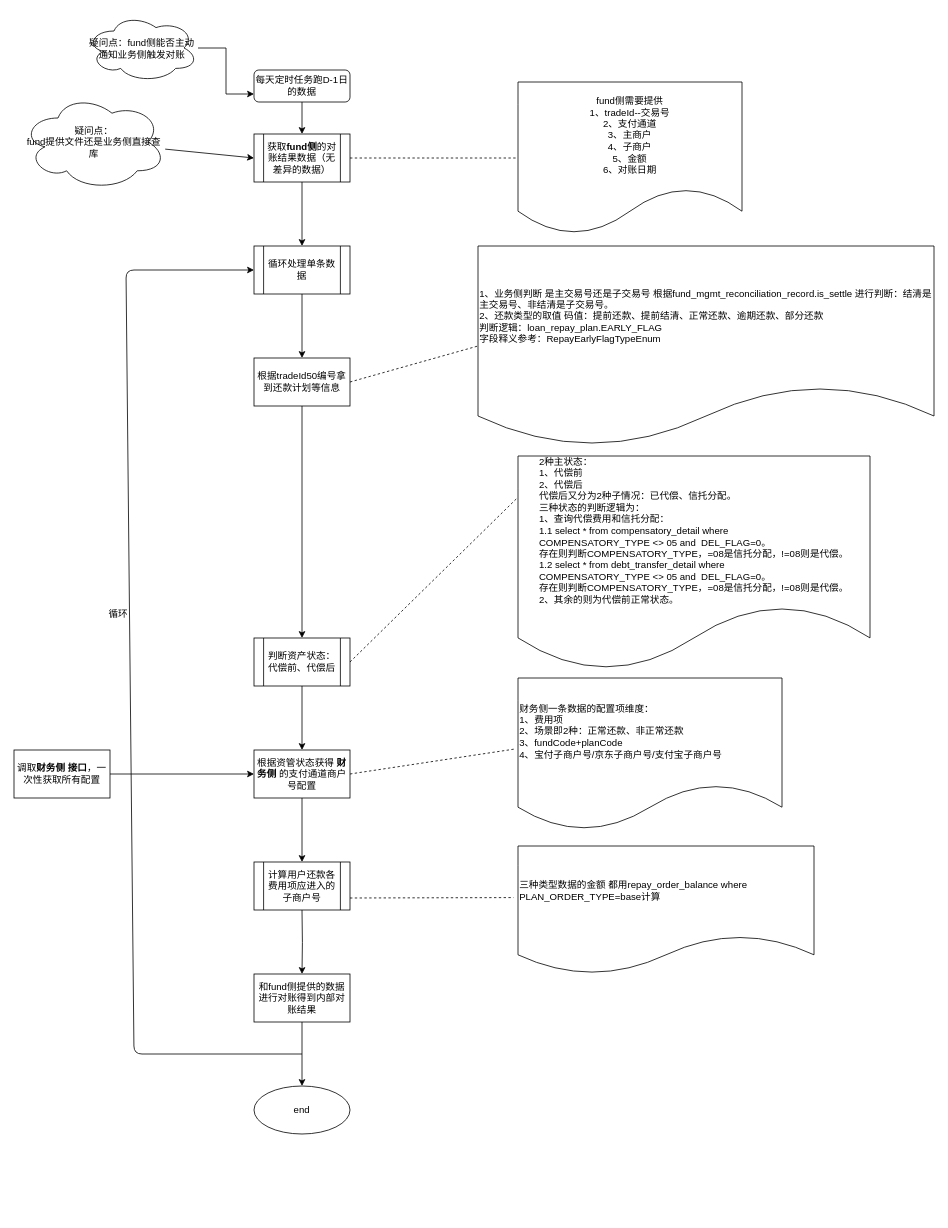
guoZD/draw keeps this draw.io diagram as Untitled Diagram.drawio. Above is the earlier version. Source tidied: cells renumbered, new cells numbered last; positions are measured from the earlier drawing's top-left corner, leaving out a move shared by most shapes. Both pictures are drawn from the tidied source at 80%, with x=0, y=0 at pixel (14, 14).
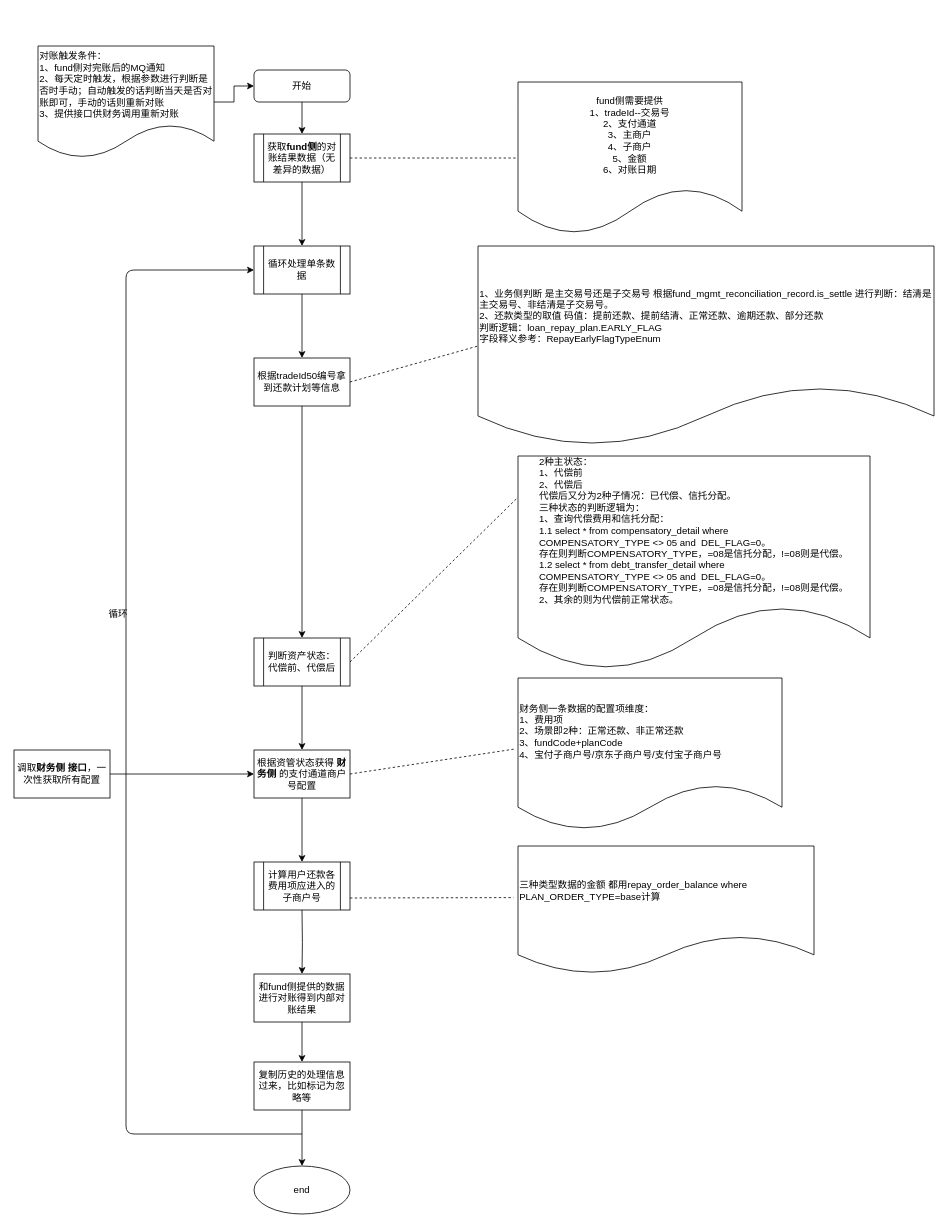
Above is the later version.

Unchanged cells that the change refers to:
```xml
<mxCell id="7" value="循环处理单条数据" style="shape=process;whiteSpace=wrap;html=1;backgroundOutline=1;" parent="1" vertex="1">
  <mxGeometry x="300" y="290" width="120" height="60" as="geometry" />
</mxCell>
<mxCell id="22" value="和fund侧提供的数据进行对账得到内部对账结果" style="whiteSpace=wrap;html=1;" parent="1" vertex="1">
  <mxGeometry x="300" y="1200" width="120" height="60" as="geometry" />
</mxCell>
```

Change to the diagram source:
```diff
@@
-    <mxCell id="3" value="每天定时任务跑D-1日的数据" style="rounded=1;whiteSpace=wrap;html=1;fontSize=12;glass=0;strokeWidth=1;shadow=0;" parent="1" vertex="1">
+    <mxCell id="3" value="开始" style="rounded=1;whiteSpace=wrap;html=1;fontSize=12;glass=0;strokeWidth=1;shadow=0;" parent="1" vertex="1">
       <mxGeometry x="300" y="70" width="120" height="40" as="geometry" />
     </mxCell>
@@
-    <mxCell id="21" style="edgeStyle=orthogonalEdgeStyle;rounded=0;jettySize=auto;html=1;" parent="1" edge="1" source="22" target="23">
-      <mxGeometry relative="1" as="geometry" />
-    </mxCell>
+    <mxCell id="37" style="edgeStyle=orthogonalEdgeStyle;rounded=0;jettySize=auto;html=1;exitX=0.5;exitY=1;exitDx=0;exitDy=0;entryX=0.5;entryY=0;entryDx=0;entryDy=0;" parent="1" edge="1" source="22" target="41">
+      <mxGeometry relative="1" as="geometry" />
+    </mxCell>
@@
     <mxCell id="23" value="end" style="ellipse;whiteSpace=wrap;html=1;" parent="1" vertex="1">
-      <mxGeometry x="300" y="1340" width="120" height="60" as="geometry" />
+      <mxGeometry x="300" y="1440" width="120" height="60" as="geometry" />
     </mxCell>
     <mxCell id="24" style="endArrow=classic;html=1;entryX=0;entryY=0.5;entryDx=0;entryDy=0;" parent="1" edge="1" target="7">
       <mxGeometry relative="1" as="geometry">
-        <mxPoint x="360" y="1300" as="sourcePoint" />
+        <mxPoint x="360" y="1400" as="sourcePoint" />
         <Array as="points">
-          <mxPoint x="150" y="1300" />
+          <mxPoint x="140" y="1400" />
           <mxPoint x="140" y="320" />
         </Array>
       </mxGeometry>
     </mxCell>
@@
-    <mxCell id="31" value="疑问点：&lt;br&gt;fund提供文件还是业务侧直接查库" style="ellipse;shape=cloud;whiteSpace=wrap;html=1;" parent="1" vertex="1">
-      <mxGeometry x="10" y="100" width="180" height="120" as="geometry" />
-    </mxCell>
-    <mxCell id="32" style="endArrow=classic;html=1;" parent="1" edge="1" source="31">
-      <mxGeometry relative="1" as="geometry">
-        <mxPoint x="300" y="180" as="targetPoint" />
-      </mxGeometry>
-    </mxCell>
@@
-    <mxCell id="35" style="edgeStyle=orthogonalEdgeStyle;rounded=0;jettySize=auto;html=1;entryX=0;entryY=0.75;entryDx=0;entryDy=0;" parent="1" edge="1" source="36" target="3">
-      <mxGeometry relative="1" as="geometry" />
-    </mxCell>
-    <mxCell id="36" value="疑问点：fund侧能否主动通知业务侧触发对账" style="ellipse;shape=cloud;whiteSpace=wrap;html=1;" parent="1" vertex="1">
-      <mxGeometry x="90" width="140" height="85" as="geometry" />
-    </mxCell>
+    <mxCell id="38" style="edgeStyle=orthogonalEdgeStyle;rounded=0;jettySize=auto;html=1;exitX=1;exitY=0.5;exitDx=0;exitDy=0;entryX=0;entryY=0.5;entryDx=0;entryDy=0;" parent="1" edge="1" source="39" target="3">
+      <mxGeometry relative="1" as="geometry" />
+    </mxCell>
+    <mxCell id="39" value="对账触发条件：&lt;br&gt;1、fund侧对完账后的MQ通知&lt;br&gt;&lt;div&gt;&lt;span&gt;2、每天定时触发，根据参数进行判断是否时手动；自动触发的话判断当天是否对账即可，手动的话则重新对账&lt;/span&gt;&lt;/div&gt;&lt;div&gt;3、提供接口供财务调用重新对账&lt;/div&gt;" style="shape=document;whiteSpace=wrap;html=1;boundedLbl=1;align=left;" parent="1" vertex="1">
+      <mxGeometry x="30" y="40" width="220" height="140" as="geometry" />
+    </mxCell>
+    <mxCell id="40" style="edgeStyle=orthogonalEdgeStyle;rounded=0;jettySize=auto;html=1;exitX=0.5;exitY=1;exitDx=0;exitDy=0;entryX=0.5;entryY=0;entryDx=0;entryDy=0;" parent="1" edge="1" source="41" target="23">
+      <mxGeometry relative="1" as="geometry" />
+    </mxCell>
+    <mxCell id="41" value="复制历史的处理信息过来，比如标记为忽略等" style="rounded=0;whiteSpace=wrap;html=1;" parent="1" vertex="1">
+      <mxGeometry x="300" y="1310" width="120" height="60" as="geometry" />
+    </mxCell>
```
